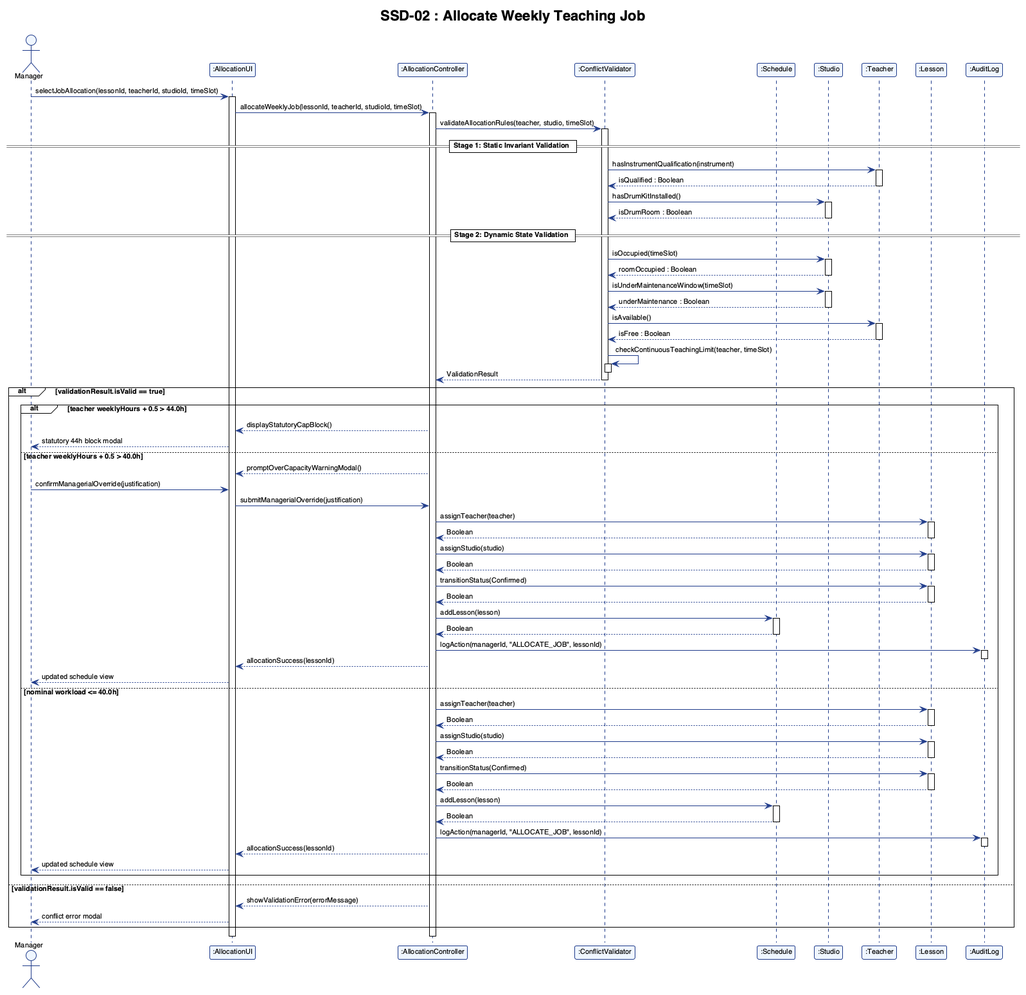
The PlantUML diagram report/assets/ssd_02.png in adoreblvnk/2001temp, before a commit.
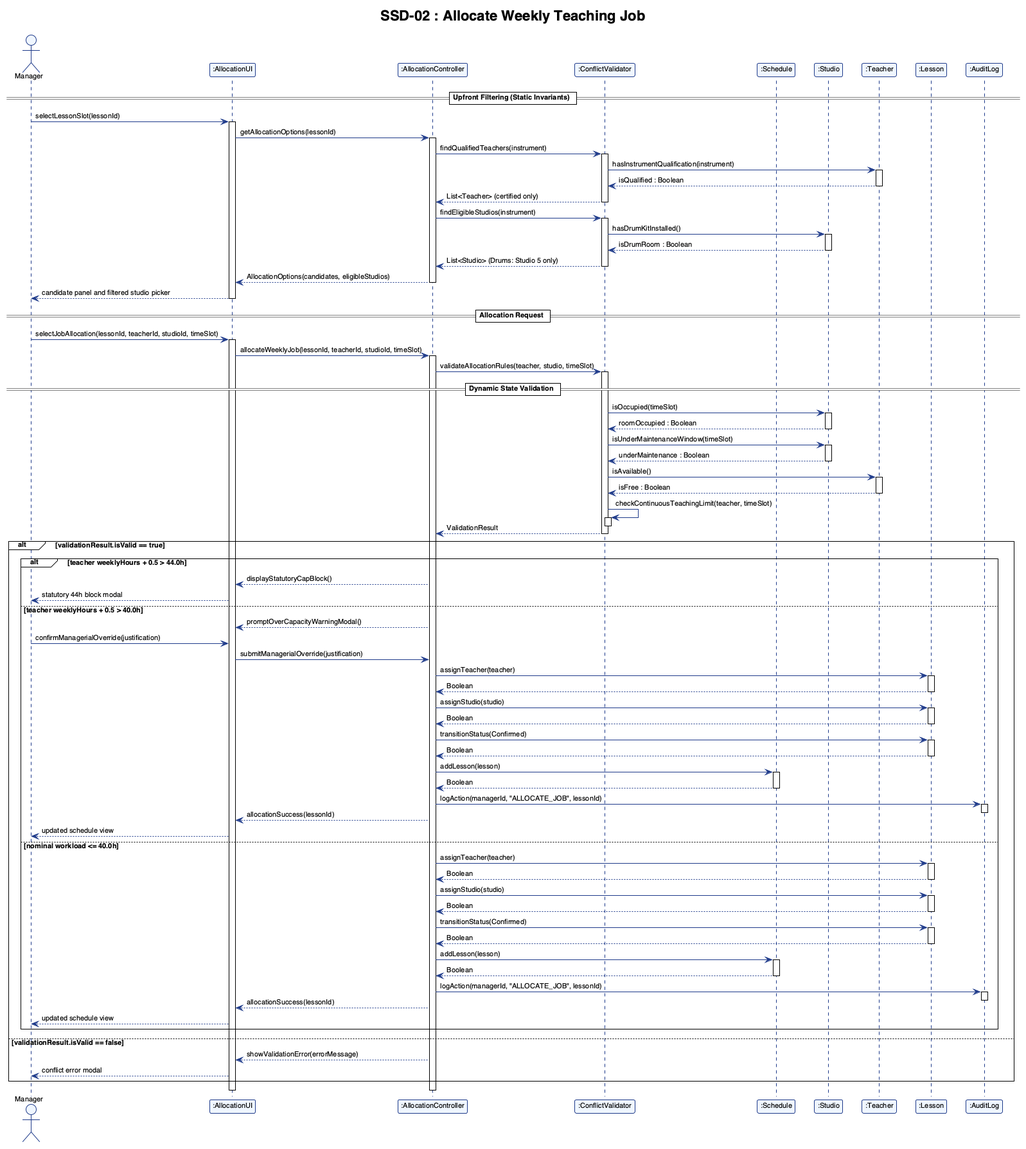
Later version of the same file.

Commit message:
fix(use-cases): convert static invariants to preconditions and remove invalid alternative scenarios

The edit, as a diff of the source:
```diff
@@ -25,6 +25,35 @@
 participant ":Lesson" as L
 participant ":AuditLog" as AL
 
+== Upfront Filtering (Static Invariants) ==
+
+M -> UI : selectLessonSlot(lessonId)
+activate UI
+UI -> AC : getAllocationOptions(lessonId)
+activate AC
+AC -> CV : findQualifiedTeachers(instrument)
+activate CV
+CV -> T : hasInstrumentQualification(instrument)
+activate T
+T --> CV : isQualified : Boolean
+deactivate T
+CV --> AC : List<Teacher> (certified only)
+deactivate CV
+AC -> CV : findEligibleStudios(instrument)
+activate CV
+CV -> St : hasDrumKitInstalled()
+activate St
+St --> CV : isDrumRoom : Boolean
+deactivate St
+CV --> AC : List<Studio> (Drums: Studio 5 only)
+deactivate CV
+AC --> UI : AllocationOptions(candidates, eligibleStudios)
+deactivate AC
+UI --> M : candidate panel and filtered studio picker
+deactivate UI
+
+== Allocation Request ==
+
 M -> UI : selectJobAllocation(lessonId, teacherId, studioId, timeSlot)
 activate UI
 UI -> AC : allocateWeeklyJob(lessonId, teacherId, studioId, timeSlot)
@@ -33,17 +62,7 @@
 AC -> CV : validateAllocationRules(teacher, studio, timeSlot)
 activate CV
 
-== Stage 1: Static Invariant Validation ==
-CV -> T : hasInstrumentQualification(instrument)
-activate T
-T --> CV : isQualified : Boolean
-deactivate T
-CV -> St : hasDrumKitInstalled()
-activate St
-St --> CV : isDrumRoom : Boolean
-deactivate St
-
-== Stage 2: Dynamic State Validation ==
+== Dynamic State Validation ==
 CV -> St : isOccupied(timeSlot)
 activate St
 St --> CV : roomOccupied : Boolean
```
